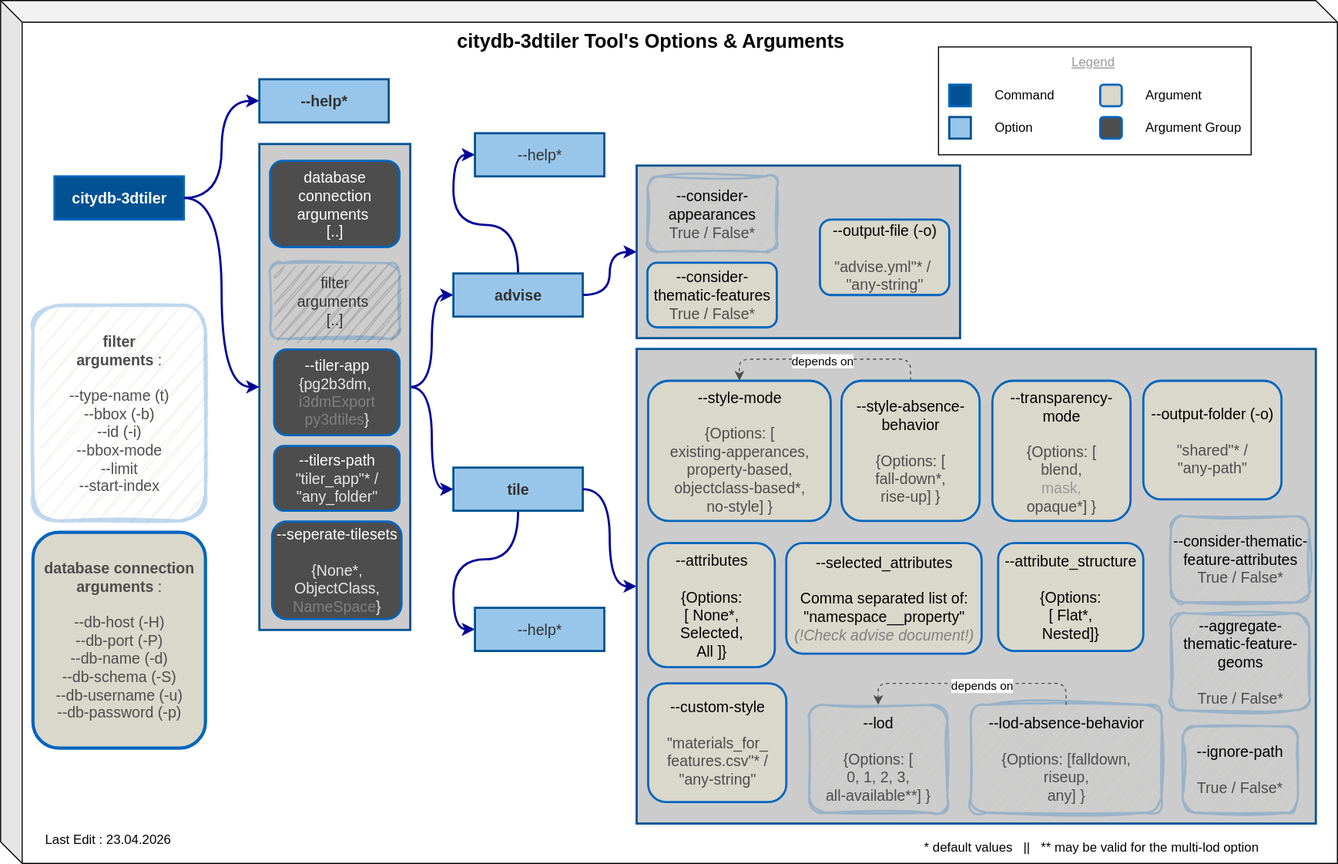
The draw.io diagram images/cli_command_options_and_arguments_design_for_docs.drawio.svg in tum-gis/citydb-3dtiler, before a commit. Source tidied: cells renumbered, new cells last; positions are measured from the earlier drawing's top-left corner, leaving out a move shared by most shapes.
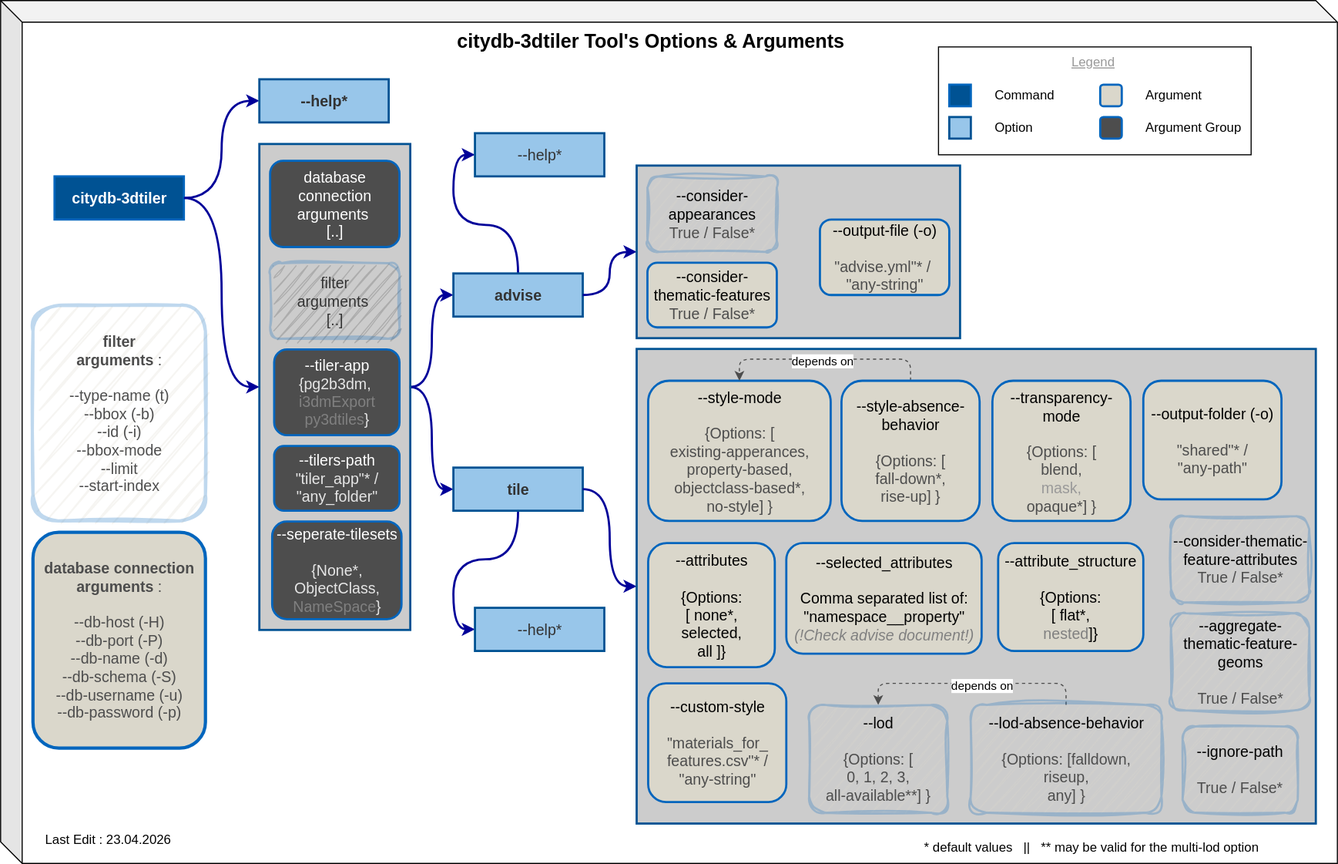
After the commit.

Diff of the diagram source:
```diff
@@ -152,7 +152,7 @@
     <mxCell id="51" value="&lt;font style=&quot;font-size: 14px;&quot;&gt;--ignore-path&lt;/font&gt;&lt;div&gt;&lt;font style=&quot;font-size: 14px;&quot;&gt;&lt;br&gt;&lt;/font&gt;&lt;/div&gt;&lt;div&gt;&lt;font style=&quot;font-size: 14px; color: rgb(77, 77, 77);&quot;&gt;True / False*&lt;/font&gt;&lt;/div&gt;" style="rounded=1;whiteSpace=wrap;html=1;fillColor=#DAD7CB;strokeColor=#0065BD;strokeWidth=2;sketch=1;curveFitting=1;jiggle=2;opacity=25;" parent="44" vertex="1">
       <mxGeometry x="506.4" y="350" width="106.8" height="80" as="geometry" />
     </mxCell>
-    <mxCell id="52" value="&lt;font style=&quot;font-size: 14px;&quot;&gt;--attributes&lt;/font&gt;&lt;div&gt;&lt;span style=&quot;font-size: 14px;&quot;&gt;&lt;br&gt;&lt;/span&gt;&lt;div&gt;&lt;font style=&quot;font-size: 14px;&quot;&gt;{Options:&lt;/font&gt;&lt;/div&gt;&lt;div&gt;&lt;font style=&quot;font-size: 14px;&quot;&gt;[ None*,&lt;/font&gt;&lt;/div&gt;&lt;div&gt;&lt;font style=&quot;font-size: 14px;&quot;&gt;Selected,&lt;/font&gt;&lt;/div&gt;&lt;div&gt;&lt;font style=&quot;font-size: 14px;&quot;&gt;All ]}&lt;/font&gt;&lt;/div&gt;&lt;/div&gt;" style="rounded=1;whiteSpace=wrap;html=1;fillColor=#DAD7CB;strokeColor=#0065BD;strokeWidth=2;" parent="44" vertex="1">
+    <mxCell id="52" value="&lt;font style=&quot;font-size: 14px;&quot;&gt;--attributes&lt;/font&gt;&lt;div&gt;&lt;span style=&quot;font-size: 14px;&quot;&gt;&lt;br&gt;&lt;/span&gt;&lt;div&gt;&lt;font style=&quot;font-size: 14px;&quot;&gt;{Options:&lt;/font&gt;&lt;/div&gt;&lt;div&gt;&lt;font style=&quot;font-size: 14px;&quot;&gt;[ none*,&lt;/font&gt;&lt;/div&gt;&lt;div&gt;&lt;font style=&quot;font-size: 14px;&quot;&gt;selected,&lt;/font&gt;&lt;/div&gt;&lt;div&gt;&lt;font style=&quot;font-size: 14px;&quot;&gt;all ]}&lt;/font&gt;&lt;/div&gt;&lt;/div&gt;" style="rounded=1;whiteSpace=wrap;html=1;fillColor=#DAD7CB;strokeColor=#0065BD;strokeWidth=2;" parent="44" vertex="1">
       <mxGeometry x="10.7" y="180" width="117.5" height="115" as="geometry" />
     </mxCell>
     <mxCell id="53" value="&lt;font style=&quot;font-size: 14px;&quot;&gt;--transparency-mode&lt;/font&gt;&lt;div&gt;&lt;font style=&quot;font-size: 14px;&quot;&gt;&lt;br&gt;&lt;/font&gt;&lt;/div&gt;&lt;div&gt;&lt;span style=&quot;font-size: 14px;&quot;&gt;&lt;font style=&quot;color: rgb(77, 77, 77);&quot;&gt;{Options: [&lt;/font&gt;&lt;/span&gt;&lt;/div&gt;&lt;div&gt;&lt;span style=&quot;font-size: 14px;&quot;&gt;&lt;font style=&quot;color: rgb(77, 77, 77);&quot;&gt;blend,&lt;/font&gt;&lt;/span&gt;&lt;/div&gt;&lt;div&gt;&lt;span style=&quot;font-size: 14px;&quot;&gt;&lt;font style=&quot;color: rgb(153, 153, 153);&quot;&gt;mask,&lt;/font&gt;&lt;/span&gt;&lt;/div&gt;&lt;div&gt;&lt;span style=&quot;font-size: 14px;&quot;&gt;&lt;font style=&quot;color: rgb(77, 77, 77);&quot;&gt;opaque*] }&lt;/font&gt;&lt;/span&gt;&lt;/div&gt;" style="rounded=1;whiteSpace=wrap;html=1;fillColor=#DAD7CB;strokeColor=#0065BD;strokeWidth=2;" parent="44" vertex="1">
@@ -182,7 +182,7 @@
     <mxCell id="61" value="&lt;font style=&quot;font-size: 14px;&quot;&gt;--lod-absence-behavior&lt;/font&gt;&lt;div&gt;&lt;font style=&quot;font-size: 14px;&quot;&gt;&lt;br&gt;&lt;/font&gt;&lt;/div&gt;&lt;div&gt;&lt;font style=&quot;font-size: 14px; color: rgb(77, 77, 77);&quot;&gt;{Options: [falldown,&lt;/font&gt;&lt;/div&gt;&lt;div&gt;&lt;span style=&quot;background-color: transparent; font-size: 14px;&quot;&gt;&lt;font style=&quot;color: rgb(77, 77, 77);&quot;&gt;riseup,&lt;/font&gt;&lt;/span&gt;&lt;/div&gt;&lt;div&gt;&lt;span style=&quot;background-color: transparent; font-size: 14px;&quot;&gt;&lt;font style=&quot;color: rgb(77, 77, 77);&quot;&gt;any] }&lt;/font&gt;&lt;/span&gt;&lt;/div&gt;" style="rounded=1;whiteSpace=wrap;html=1;fillColor=#DAD7CB;strokeColor=#0065BD;strokeWidth=2;sketch=1;curveFitting=1;jiggle=2;opacity=25;" parent="44" vertex="1">
       <mxGeometry x="309.8" y="330" width="177" height="100" as="geometry" />
     </mxCell>
-    <mxCell id="62" value="&lt;font style=&quot;font-size: 14px;&quot;&gt;--attribute_structure&lt;/font&gt;&lt;div&gt;&lt;span style=&quot;font-size: 14px;&quot;&gt;&lt;br&gt;&lt;/span&gt;&lt;div&gt;&lt;font style=&quot;font-size: 14px;&quot;&gt;{Options:&lt;/font&gt;&lt;/div&gt;&lt;div&gt;&lt;font style=&quot;font-size: 14px;&quot;&gt;[ Flat*,&lt;/font&gt;&lt;/div&gt;&lt;div&gt;&lt;font style=&quot;font-size: 14px;&quot;&gt;Nested&lt;/font&gt;&lt;span style=&quot;font-size: 14px; background-color: transparent; color: light-dark(rgb(0, 0, 0), rgb(255, 255, 255));&quot;&gt;]}&lt;/span&gt;&lt;/div&gt;&lt;/div&gt;" style="rounded=1;whiteSpace=wrap;html=1;fillColor=#DAD7CB;strokeColor=#0065BD;strokeWidth=2;" parent="44" vertex="1">
+    <mxCell id="62" value="&lt;font style=&quot;font-size: 14px;&quot;&gt;--attribute_structure&lt;/font&gt;&lt;div&gt;&lt;span style=&quot;font-size: 14px;&quot;&gt;&lt;br&gt;&lt;/span&gt;&lt;div&gt;&lt;font style=&quot;font-size: 14px;&quot;&gt;{Options:&lt;/font&gt;&lt;/div&gt;&lt;div&gt;&lt;font style=&quot;font-size: 14px;&quot;&gt;[ flat*,&lt;/font&gt;&lt;/div&gt;&lt;div&gt;&lt;font style=&quot;font-size: 14px; color: rgb(128, 128, 128);&quot;&gt;nested&lt;/font&gt;&lt;span style=&quot;font-size: 14px; background-color: transparent; color: light-dark(rgb(0, 0, 0), rgb(255, 255, 255));&quot;&gt;]}&lt;/span&gt;&lt;/div&gt;&lt;/div&gt;" style="rounded=1;whiteSpace=wrap;html=1;fillColor=#DAD7CB;strokeColor=#0065BD;strokeWidth=2;" parent="44" vertex="1">
       <mxGeometry x="335.3" y="180" width="134.7" height="100" as="geometry" />
     </mxCell>
   </root>
```
